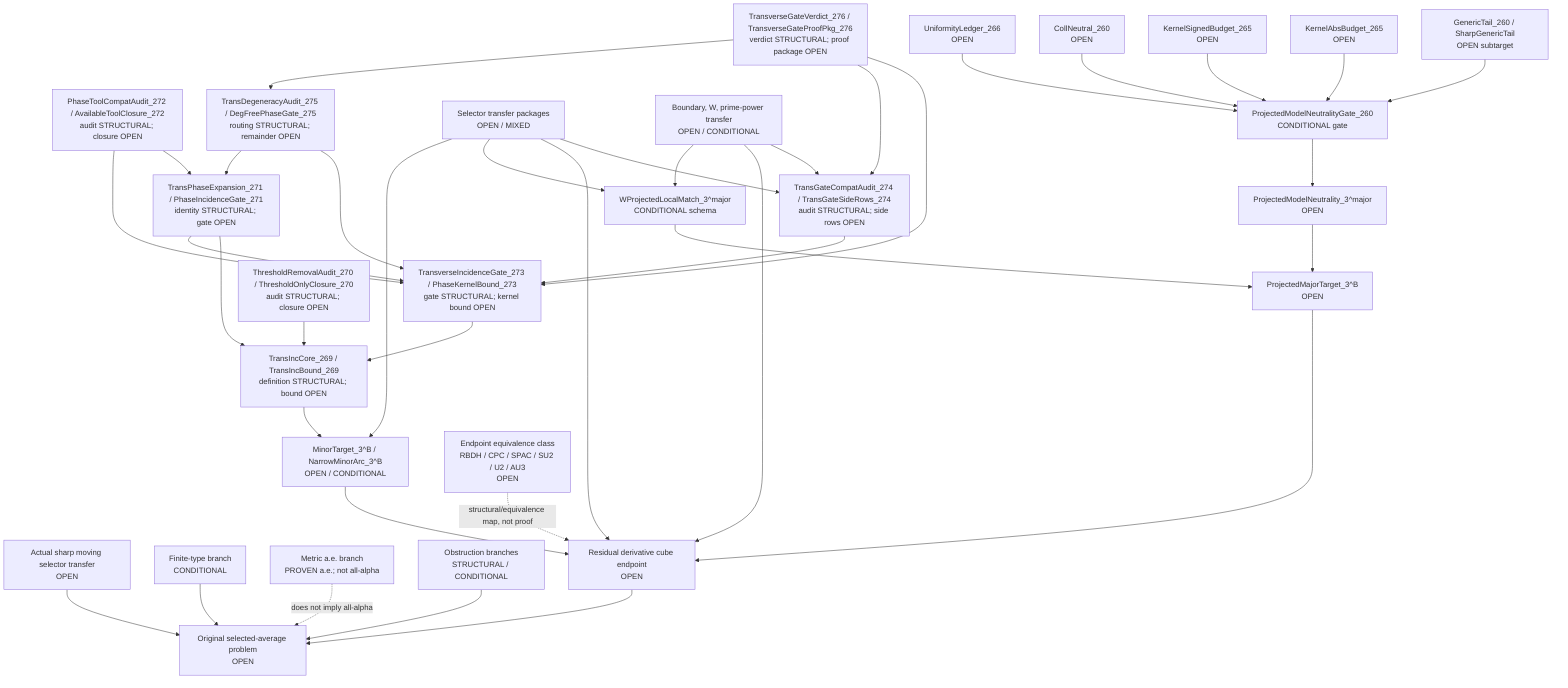
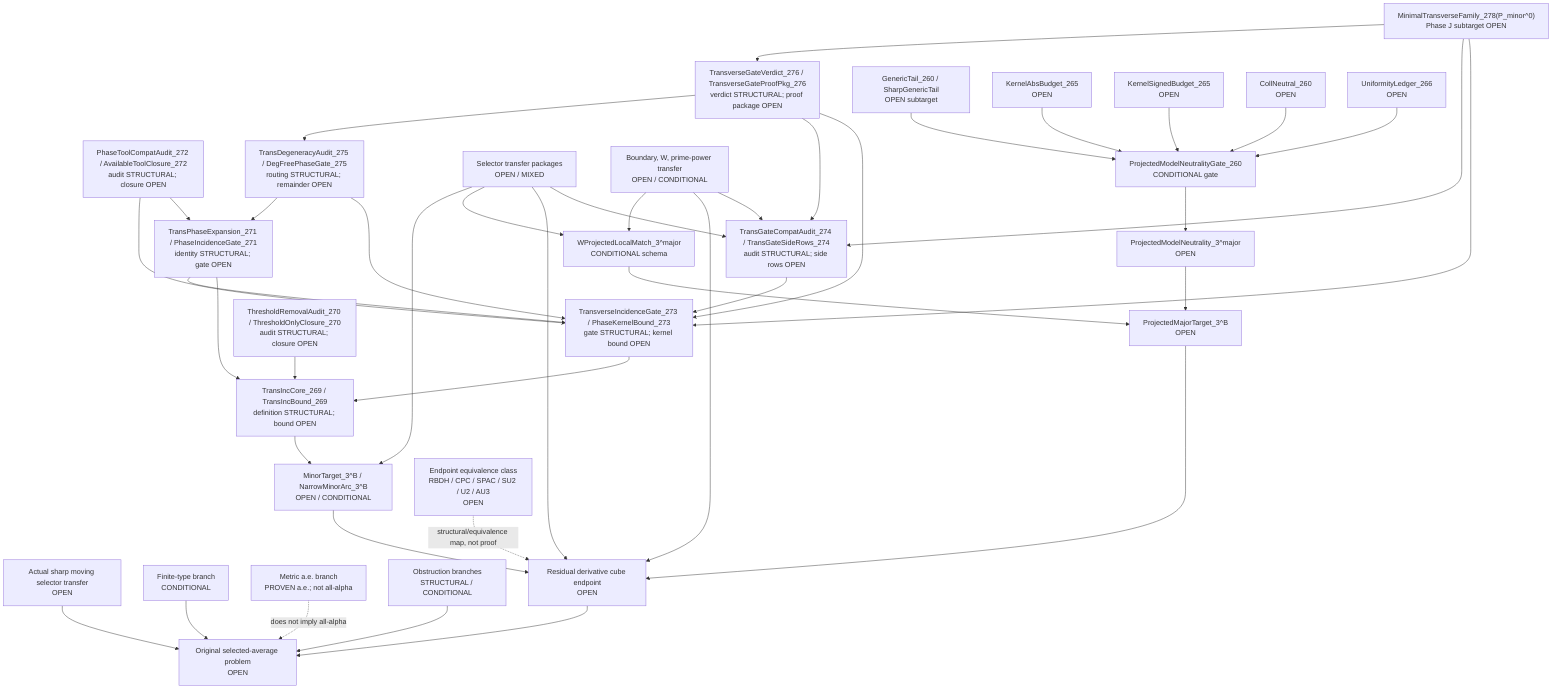
flowchart TD
  Original["Original selected-average problem<br/>OPEN"]
  SharpSel["Actual sharp moving selector transfer<br/>OPEN"]
  FiniteType["Finite-type branch<br/>CONDITIONAL"]
  Metric["Metric a.e. branch<br/>PROVEN a.e.; not all-alpha"]
  Obstruction["Obstruction branches<br/>STRUCTURAL / CONDITIONAL"]

  ResCube["Residual derivative cube endpoint<br/>OPEN"]
  MajorTarget["ProjectedMajorTarget_3^B<br/>OPEN"]
  MinorTarget["MinorTarget_3^B / NarrowMinorArc_3^B<br/>OPEN / CONDITIONAL"]
  TransInc["TransIncCore_269 / TransIncBound_269<br/>definition STRUCTURAL; bound OPEN"]
  ThresholdAudit["ThresholdRemovalAudit_270 / ThresholdOnlyClosure_270<br/>audit STRUCTURAL; closure OPEN"]
  PhaseExpansion["TransPhaseExpansion_271 / PhaseIncidenceGate_271<br/>identity STRUCTURAL; gate OPEN"]
  ToolCompat["PhaseToolCompatAudit_272 / AvailableToolClosure_272<br/>audit STRUCTURAL; closure OPEN"]
  TransGate["TransverseIncidenceGate_273 / PhaseKernelBound_273<br/>gate STRUCTURAL; kernel bound OPEN"]
  TransGateCompat["TransGateCompatAudit_274 / TransGateSideRows_274<br/>audit STRUCTURAL; side rows OPEN"]
  DegAudit["TransDegeneracyAudit_275 / DegFreePhaseGate_275<br/>routing STRUCTURAL; remainder OPEN"]
  TransVerdict["TransverseGateVerdict_276 / TransverseGateProofPkg_276<br/>verdict STRUCTURAL; proof package OPEN"]
+   MinTransFamily["MinimalTransverseFamily_278(P_minor^0)<br/>Phase J subtarget OPEN"]
  SelectorTransfer["Selector transfer packages<br/>OPEN / MIXED"]
  BoundaryTransfer["Boundary, W, prime-power transfer<br/>OPEN / CONDITIONAL"]

  WLocal["WProjectedLocalMatch_3^major<br/>CONDITIONAL schema"]
  ModelNeutral["ProjectedModelNeutrality_3^major<br/>OPEN"]
  PMNGate["ProjectedModelNeutralityGate_260<br/>CONDITIONAL gate"]
  GenericTail["GenericTail_260 / SharpGenericTail<br/>OPEN subtarget"]
  KernelAbs["KernelAbsBudget_265<br/>OPEN"]
  KernelSigned["KernelSignedBudget_265<br/>OPEN"]
  CollNeutral["CollNeutral_260<br/>OPEN"]
  Uniformity["UniformityLedger_266<br/>OPEN"]

  EndpointClass["Endpoint equivalence class<br/>RBDH / CPC / SPAC / SU2 / U2 / AU3<br/>OPEN"]

  SharpSel --> Original
  FiniteType --> Original
  Obstruction --> Original
  ResCube --> Original
  Metric -. "does not imply all-alpha" .-> Original

  MajorTarget --> ResCube
  MinorTarget --> ResCube
  TransInc --> MinorTarget
  ThresholdAudit --> TransInc
  PhaseExpansion --> TransInc
  ToolCompat --> PhaseExpansion
  TransGate --> TransInc
  PhaseExpansion --> TransGate
  ToolCompat --> TransGate
  TransGateCompat --> TransGate
  SelectorTransfer --> TransGateCompat
  BoundaryTransfer --> TransGateCompat
  DegAudit --> TransGate
  DegAudit --> PhaseExpansion
  TransVerdict --> TransGate
  TransVerdict --> TransGateCompat
  TransVerdict --> DegAudit
+   MinTransFamily --> TransGate
+   MinTransFamily --> TransGateCompat
+   MinTransFamily --> TransVerdict
  SelectorTransfer --> ResCube
  BoundaryTransfer --> ResCube
  EndpointClass -. "structural/equivalence map, not proof" .-> ResCube

  WLocal --> MajorTarget
  ModelNeutral --> MajorTarget

  PMNGate --> ModelNeutral
  GenericTail --> PMNGate
  KernelAbs --> PMNGate
  KernelSigned --> PMNGate
  CollNeutral --> PMNGate
  Uniformity --> PMNGate

  BoundaryTransfer --> WLocal
  SelectorTransfer --> WLocal
  SelectorTransfer --> MinorTarget
